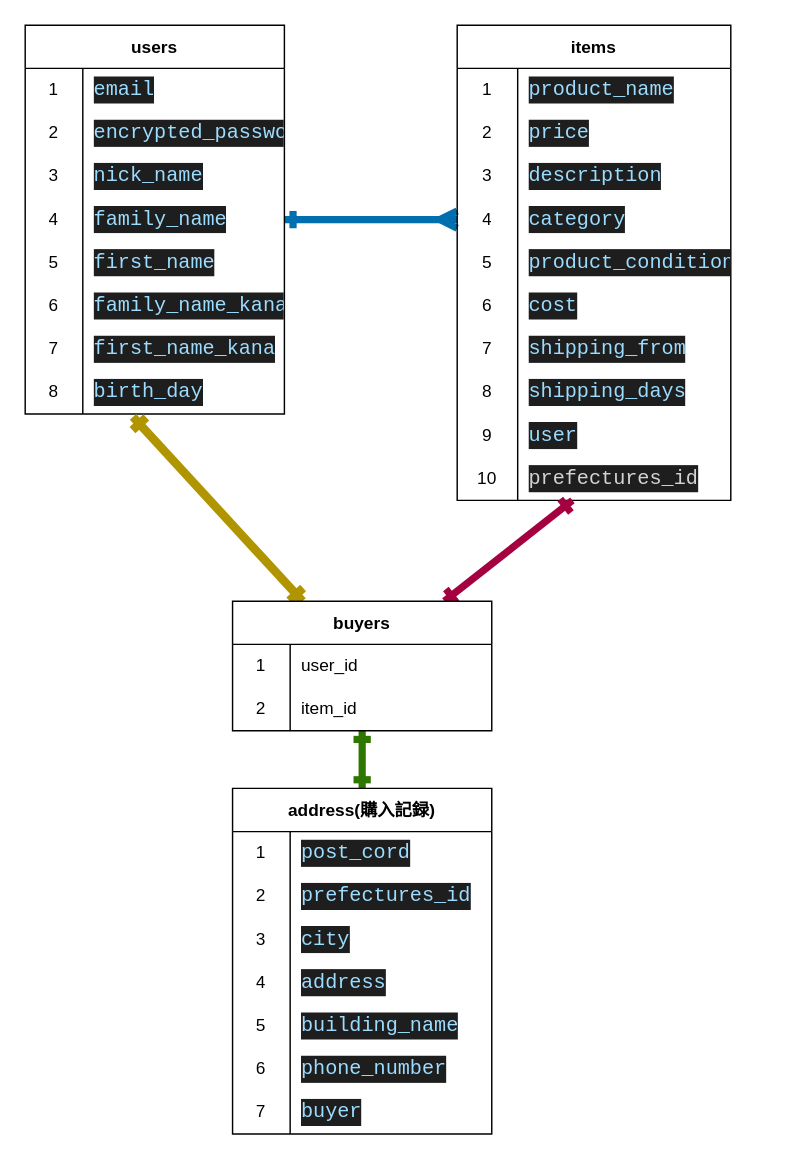
The draw.io diagram frima.dio in k-zyw/furima-39194-a, before the edit. Source tidied: cells renumbered, new cells numbered last; positions are measured from the earlier drawing's top-left corner, leaving out a move shared by most shapes. Both pictures are drawn from the tidied source at 144%, with x=0, y=0 at pixel (24, 24).
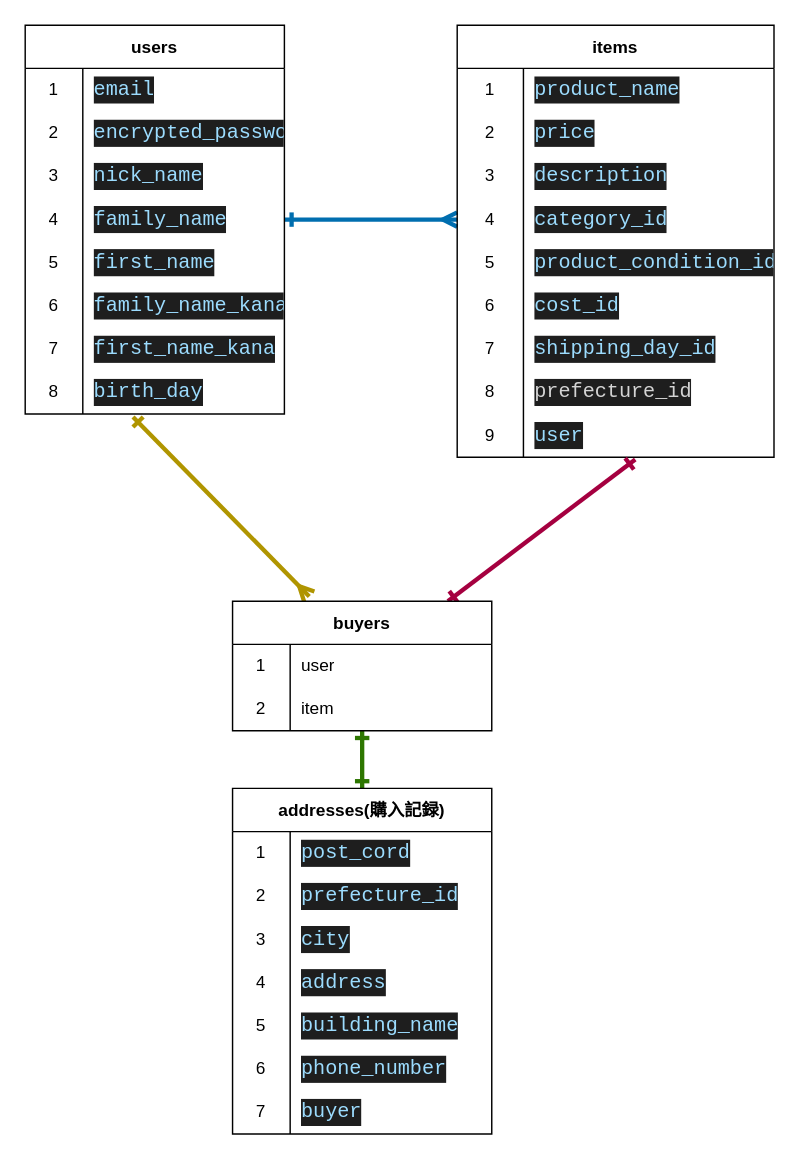
After the change.

The change refers to these unchanged cells:
```xml
<mxCell id="3" value="users" style="shape=table;startSize=30;childLayout=tableLayout;rowLines=0;fontStyle=1;" parent="1" vertex="1">
  <mxGeometry width="180" height="270" as="geometry" />
</mxCell>
<mxCell id="25" style="shape=tableRow;horizontal=0;startSize=0;swimlaneHead=0;swimlaneBody=0;top=0;left=0;bottom=0;right=0;fillColor=none;points=[[0,0.5],[1,0.5]];portConstraint=eastwest;" parent="3" vertex="1">
  <mxGeometry y="240" width="180" height="30" as="geometry" />
</mxCell>
<mxCell id="64" style="shape=tableRow;horizontal=0;startSize=0;swimlaneHead=0;swimlaneBody=0;top=0;left=0;bottom=0;right=0;fillColor=none;" parent="60" vertex="1">
  <mxGeometry y="60" width="180" height="30" as="geometry" />
</mxCell>
<mxCell id="84" value="buyers" style="shape=table;startSize=30;childLayout=tableLayout;rowLines=0;fontStyle=1;" parent="1" vertex="1">
  <mxGeometry x="144" y="400" width="180" height="90" as="geometry" />
</mxCell>
<mxCell id="85" style="shape=tableRow;horizontal=0;startSize=0;swimlaneHead=0;swimlaneBody=0;top=0;left=0;bottom=0;right=0;fillColor=none;" parent="84" vertex="1">
  <mxGeometry y="30" width="180" height="30" as="geometry" />
</mxCell>
<mxCell id="88" style="shape=tableRow;horizontal=0;startSize=0;swimlaneHead=0;swimlaneBody=0;top=0;left=0;bottom=0;right=0;fillColor=none;points=[[0,0.5],[1,0.5]];portConstraint=eastwest;" parent="84" vertex="1">
  <mxGeometry y="60" width="180" height="30" as="geometry" />
</mxCell>
```

Change to the diagram source:
```diff
@@
-    <mxCell id="2" style="edgeStyle=none;html=1;entryX=0;entryY=0.5;entryDx=0;entryDy=0;endArrow=ERmany;endFill=0;startArrow=ERone;startFill=0;fillColor=#1ba1e2;strokeColor=#006EAF;strokeWidth=5;" parent="1" edge="1" source="3" target="38">
+    <mxCell id="2" style="edgeStyle=none;html=1;entryX=0;entryY=0.5;entryDx=0;entryDy=0;endArrow=ERmany;endFill=0;startArrow=ERone;startFill=0;fillColor=#1ba1e2;strokeColor=#006EAF;strokeWidth=3;" parent="1" edge="1" source="3" target="38">
       <mxGeometry relative="1" as="geometry" />
     </mxCell>
@@
     <mxCell id="28" value="items" style="shape=table;startSize=30;childLayout=tableLayout;rowLines=0;fontStyle=1;" parent="1" vertex="1">
-      <mxGeometry x="300" width="190" height="330" as="geometry" />
+      <mxGeometry x="300" width="220" height="300" as="geometry" />
     </mxCell>
     <mxCell id="29" style="shape=tableRow;horizontal=0;startSize=0;swimlaneHead=0;swimlaneBody=0;top=0;left=0;bottom=0;right=0;fillColor=none;" parent="28" vertex="1">
-      <mxGeometry y="30" width="190" height="30" as="geometry" />
+      <mxGeometry y="30" width="220" height="30" as="geometry" />
     </mxCell>
     <mxCell id="30" value="1" style="shape=partialRectangle;html=1;whiteSpace=wrap;fillColor=none;top=0;left=0;bottom=0;right=0;overflow=hidden;" parent="29" vertex="1">
-      <mxGeometry width="42" height="30" as="geometry" />
+      <mxGeometry width="46" height="30" as="geometry" />
     </mxCell>
     <mxCell id="31" value="&lt;div style=&quot;color: rgb(212, 212, 212); background-color: rgb(30, 30, 30); font-family: Consolas, &amp;quot;Courier New&amp;quot;, monospace; font-size: 14px; line-height: 19px;&quot;&gt;&lt;span style=&quot;color: #9cdcfe;&quot;&gt;product_name&lt;/span&gt;&lt;/div&gt;" style="shape=partialRectangle;html=1;whiteSpace=wrap;fillColor=none;top=0;left=0;bottom=0;right=0;align=left;spacingLeft=6;overflow=hidden;" parent="29" vertex="1">
-      <mxGeometry x="42" width="148" height="30" as="geometry" />
+      <mxGeometry x="46" width="174" height="30" as="geometry" />
     </mxCell>
     <mxCell id="32" style="shape=tableRow;horizontal=0;startSize=0;swimlaneHead=0;swimlaneBody=0;top=0;left=0;bottom=0;right=0;fillColor=none;" parent="28" vertex="1">
-      <mxGeometry y="60" width="190" height="30" as="geometry" />
+      <mxGeometry y="60" width="220" height="30" as="geometry" />
     </mxCell>
     <mxCell id="33" value="2" style="shape=partialRectangle;html=1;whiteSpace=wrap;fillColor=none;top=0;left=0;bottom=0;right=0;overflow=hidden;" parent="32" vertex="1">
-      <mxGeometry width="42" height="30" as="geometry" />
+      <mxGeometry width="46" height="30" as="geometry" />
     </mxCell>
     <mxCell id="34" value="&lt;div style=&quot;color: rgb(212, 212, 212); background-color: rgb(30, 30, 30); font-family: Consolas, &amp;quot;Courier New&amp;quot;, monospace; font-size: 14px; line-height: 19px;&quot;&gt;&lt;span style=&quot;color: #9cdcfe;&quot;&gt;price&lt;/span&gt;&lt;/div&gt;" style="shape=partialRectangle;html=1;whiteSpace=wrap;fillColor=none;top=0;left=0;bottom=0;right=0;align=left;spacingLeft=6;overflow=hidden;" parent="32" vertex="1">
-      <mxGeometry x="42" width="148" height="30" as="geometry" />
+      <mxGeometry x="46" width="174" height="30" as="geometry" />
     </mxCell>
     <mxCell id="35" style="shape=tableRow;horizontal=0;startSize=0;swimlaneHead=0;swimlaneBody=0;top=0;left=0;bottom=0;right=0;fillColor=none;" parent="28" vertex="1">
-      <mxGeometry y="90" width="190" height="30" as="geometry" />
+      <mxGeometry y="90" width="220" height="30" as="geometry" />
     </mxCell>
     <mxCell id="36" value="3" style="shape=partialRectangle;html=1;whiteSpace=wrap;fillColor=none;top=0;left=0;bottom=0;right=0;overflow=hidden;" parent="35" vertex="1">
-      <mxGeometry width="42" height="30" as="geometry" />
+      <mxGeometry width="46" height="30" as="geometry" />
     </mxCell>
     <mxCell id="37" value="&lt;div style=&quot;color: rgb(212, 212, 212); background-color: rgb(30, 30, 30); font-family: Consolas, &amp;quot;Courier New&amp;quot;, monospace; font-size: 14px; line-height: 19px;&quot;&gt;&lt;span style=&quot;color: #9cdcfe;&quot;&gt;description&lt;/span&gt;&lt;/div&gt;" style="shape=partialRectangle;html=1;whiteSpace=wrap;fillColor=none;top=0;left=0;bottom=0;right=0;align=left;spacingLeft=6;overflow=hidden;" parent="35" vertex="1">
-      <mxGeometry x="42" width="148" height="30" as="geometry" />
+      <mxGeometry x="46" width="174" height="30" as="geometry" />
     </mxCell>
     <mxCell id="38" style="shape=tableRow;horizontal=0;startSize=0;swimlaneHead=0;swimlaneBody=0;top=0;left=0;bottom=0;right=0;fillColor=none;points=[[0,0.5],[1,0.5]];portConstraint=eastwest;" parent="28" vertex="1">
-      <mxGeometry y="120" width="190" height="30" as="geometry" />
+      <mxGeometry y="120" width="220" height="30" as="geometry" />
     </mxCell>
     <mxCell id="39" value="4" style="shape=partialRectangle;html=1;whiteSpace=wrap;fillColor=none;top=0;left=0;bottom=0;right=0;overflow=hidden;" parent="38" vertex="1">
-      <mxGeometry width="42" height="30" as="geometry" />
+      <mxGeometry width="46" height="30" as="geometry" />
     </mxCell>
-    <mxCell id="40" value="&lt;div style=&quot;color: rgb(212, 212, 212); background-color: rgb(30, 30, 30); font-family: Consolas, &amp;quot;Courier New&amp;quot;, monospace; font-size: 14px; line-height: 19px;&quot;&gt;&lt;span style=&quot;color: #9cdcfe;&quot;&gt;category&lt;/span&gt;&lt;/div&gt;" style="shape=partialRectangle;html=1;whiteSpace=wrap;fillColor=none;top=0;left=0;bottom=0;right=0;align=left;spacingLeft=6;overflow=hidden;" parent="38" vertex="1">
-      <mxGeometry x="42" width="148" height="30" as="geometry" />
+    <mxCell id="40" value="&lt;div style=&quot;color: rgb(212, 212, 212); background-color: rgb(30, 30, 30); font-family: Consolas, &amp;quot;Courier New&amp;quot;, monospace; font-size: 14px; line-height: 19px;&quot;&gt;&lt;span style=&quot;color: #9cdcfe;&quot;&gt;category_id&lt;/span&gt;&lt;/div&gt;" style="shape=partialRectangle;html=1;whiteSpace=wrap;fillColor=none;top=0;left=0;bottom=0;right=0;align=left;spacingLeft=6;overflow=hidden;" parent="38" vertex="1">
+      <mxGeometry x="46" width="174" height="30" as="geometry" />
     </mxCell>
     <mxCell id="41" style="shape=tableRow;horizontal=0;startSize=0;swimlaneHead=0;swimlaneBody=0;top=0;left=0;bottom=0;right=0;fillColor=none;" parent="28" vertex="1">
-      <mxGeometry y="150" width="190" height="30" as="geometry" />
+      <mxGeometry y="150" width="220" height="30" as="geometry" />
     </mxCell>
     <mxCell id="42" value="5" style="shape=partialRectangle;html=1;whiteSpace=wrap;fillColor=none;top=0;left=0;bottom=0;right=0;overflow=hidden;" parent="41" vertex="1">
-      <mxGeometry width="42" height="30" as="geometry" />
+      <mxGeometry width="46" height="30" as="geometry" />
     </mxCell>
-    <mxCell id="43" value="&lt;div style=&quot;color: rgb(212, 212, 212); background-color: rgb(30, 30, 30); font-family: Consolas, &amp;quot;Courier New&amp;quot;, monospace; font-size: 14px; line-height: 19px;&quot;&gt;&lt;span style=&quot;color: #9cdcfe;&quot;&gt;product_condition&lt;/span&gt;&lt;/div&gt;" style="shape=partialRectangle;html=1;whiteSpace=wrap;fillColor=none;top=0;left=0;bottom=0;right=0;align=left;spacingLeft=6;overflow=hidden;" parent="41" vertex="1">
-      <mxGeometry x="42" width="148" height="30" as="geometry" />
+    <mxCell id="43" value="&lt;div style=&quot;color: rgb(212, 212, 212); background-color: rgb(30, 30, 30); font-family: Consolas, &amp;quot;Courier New&amp;quot;, monospace; font-size: 14px; line-height: 19px;&quot;&gt;&lt;span style=&quot;color: #9cdcfe;&quot;&gt;product_condition_id&lt;/span&gt;&lt;/div&gt;" style="shape=partialRectangle;html=1;whiteSpace=wrap;fillColor=none;top=0;left=0;bottom=0;right=0;align=left;spacingLeft=6;overflow=hidden;" parent="41" vertex="1">
+      <mxGeometry x="46" width="174" height="30" as="geometry" />
     </mxCell>
     <mxCell id="44" style="shape=tableRow;horizontal=0;startSize=0;swimlaneHead=0;swimlaneBody=0;top=0;left=0;bottom=0;right=0;fillColor=none;" parent="28" vertex="1">
-      <mxGeometry y="180" width="190" height="30" as="geometry" />
+      <mxGeometry y="180" width="220" height="30" as="geometry" />
     </mxCell>
     <mxCell id="45" value="6" style="shape=partialRectangle;html=1;whiteSpace=wrap;fillColor=none;top=0;left=0;bottom=0;right=0;overflow=hidden;" parent="44" vertex="1">
-      <mxGeometry width="42" height="30" as="geometry" />
+      <mxGeometry width="46" height="30" as="geometry" />
     </mxCell>
-    <mxCell id="46" value="&lt;div style=&quot;color: rgb(212, 212, 212); background-color: rgb(30, 30, 30); font-family: Consolas, &amp;quot;Courier New&amp;quot;, monospace; font-size: 14px; line-height: 19px;&quot;&gt;&lt;span style=&quot;color: #9cdcfe;&quot;&gt;cost&lt;/span&gt;&lt;/div&gt;" style="shape=partialRectangle;html=1;whiteSpace=wrap;fillColor=none;top=0;left=0;bottom=0;right=0;align=left;spacingLeft=6;overflow=hidden;" parent="44" vertex="1">
-      <mxGeometry x="42" width="148" height="30" as="geometry" />
+    <mxCell id="46" value="&lt;div style=&quot;color: rgb(212, 212, 212); background-color: rgb(30, 30, 30); font-family: Consolas, &amp;quot;Courier New&amp;quot;, monospace; font-size: 14px; line-height: 19px;&quot;&gt;&lt;span style=&quot;color: #9cdcfe;&quot;&gt;cost_id&lt;/span&gt;&lt;/div&gt;" style="shape=partialRectangle;html=1;whiteSpace=wrap;fillColor=none;top=0;left=0;bottom=0;right=0;align=left;spacingLeft=6;overflow=hidden;" parent="44" vertex="1">
+      <mxGeometry x="46" width="174" height="30" as="geometry" />
     </mxCell>
-    <mxCell id="47" style="shape=tableRow;horizontal=0;startSize=0;swimlaneHead=0;swimlaneBody=0;top=0;left=0;bottom=0;right=0;fillColor=none;" parent="28" vertex="1">
-      <mxGeometry y="210" width="190" height="30" as="geometry" />
-    </mxCell>
-    <mxCell id="48" value="7" style="shape=partialRectangle;html=1;whiteSpace=wrap;fillColor=none;top=0;left=0;bottom=0;right=0;overflow=hidden;" parent="47" vertex="1">
-      <mxGeometry width="42" height="30" as="geometry" />
-    </mxCell>
-    <mxCell id="49" value="&lt;div style=&quot;color: rgb(212, 212, 212); background-color: rgb(30, 30, 30); font-family: Consolas, &amp;quot;Courier New&amp;quot;, monospace; font-size: 14px; line-height: 19px;&quot;&gt;&lt;span style=&quot;color: #9cdcfe;&quot;&gt;shipping_from&lt;/span&gt;&lt;/div&gt;" style="shape=partialRectangle;html=1;whiteSpace=wrap;fillColor=none;top=0;left=0;bottom=0;right=0;align=left;spacingLeft=6;overflow=hidden;" parent="47" vertex="1">
-      <mxGeometry x="42" width="148" height="30" as="geometry" />
-    </mxCell>
     <mxCell id="50" style="shape=tableRow;horizontal=0;startSize=0;swimlaneHead=0;swimlaneBody=0;top=0;left=0;bottom=0;right=0;fillColor=none;" parent="28" vertex="1">
-      <mxGeometry y="240" width="190" height="30" as="geometry" />
+      <mxGeometry y="210" width="220" height="30" as="geometry" />
     </mxCell>
-    <mxCell id="51" value="8" style="shape=partialRectangle;html=1;whiteSpace=wrap;fillColor=none;top=0;left=0;bottom=0;right=0;overflow=hidden;" parent="50" vertex="1">
-      <mxGeometry width="42" height="30" as="geometry" />
+    <mxCell id="51" value="7" style="shape=partialRectangle;html=1;whiteSpace=wrap;fillColor=none;top=0;left=0;bottom=0;right=0;overflow=hidden;" parent="50" vertex="1">
+      <mxGeometry width="46" height="30" as="geometry" />
     </mxCell>
-    <mxCell id="52" value="&lt;div style=&quot;color: rgb(212, 212, 212); background-color: rgb(30, 30, 30); font-family: Consolas, &amp;quot;Courier New&amp;quot;, monospace; font-size: 14px; line-height: 19px;&quot;&gt;&lt;span style=&quot;color: #9cdcfe;&quot;&gt;shipping_days&lt;/span&gt;&lt;/div&gt;" style="shape=partialRectangle;html=1;whiteSpace=wrap;fillColor=none;top=0;left=0;bottom=0;right=0;align=left;spacingLeft=6;overflow=hidden;" parent="50" vertex="1">
-      <mxGeometry x="42" width="148" height="30" as="geometry" />
+    <mxCell id="52" value="&lt;div style=&quot;color: rgb(212, 212, 212); background-color: rgb(30, 30, 30); font-family: Consolas, &amp;quot;Courier New&amp;quot;, monospace; font-size: 14px; line-height: 19px;&quot;&gt;&lt;span style=&quot;color: #9cdcfe;&quot;&gt;shipping_day_id&lt;/span&gt;&lt;/div&gt;" style="shape=partialRectangle;html=1;whiteSpace=wrap;fillColor=none;top=0;left=0;bottom=0;right=0;align=left;spacingLeft=6;overflow=hidden;" parent="50" vertex="1">
+      <mxGeometry x="46" width="174" height="30" as="geometry" />
     </mxCell>
     <mxCell id="53" style="shape=tableRow;horizontal=0;startSize=0;swimlaneHead=0;swimlaneBody=0;top=0;left=0;bottom=0;right=0;fillColor=none;" parent="28" vertex="1">
-      <mxGeometry y="270" width="190" height="30" as="geometry" />
+      <mxGeometry y="240" width="220" height="30" as="geometry" />
     </mxCell>
-    <mxCell id="54" value="9" style="shape=partialRectangle;html=1;whiteSpace=wrap;fillColor=none;top=0;left=0;bottom=0;right=0;overflow=hidden;" parent="53" vertex="1">
-      <mxGeometry width="42" height="30" as="geometry" />
+    <mxCell id="54" value="8" style="shape=partialRectangle;html=1;whiteSpace=wrap;fillColor=none;top=0;left=0;bottom=0;right=0;overflow=hidden;" parent="53" vertex="1">
+      <mxGeometry width="46" height="30" as="geometry" />
     </mxCell>
-    <mxCell id="55" value="&lt;div style=&quot;color: rgb(212, 212, 212); background-color: rgb(30, 30, 30); font-family: Consolas, &amp;quot;Courier New&amp;quot;, monospace; font-size: 14px; line-height: 19px;&quot;&gt;&lt;span style=&quot;color: #9cdcfe;&quot;&gt;user&lt;/span&gt;&lt;/div&gt;" style="shape=partialRectangle;html=1;whiteSpace=wrap;fillColor=none;top=0;left=0;bottom=0;right=0;align=left;spacingLeft=6;overflow=hidden;" parent="53" vertex="1">
-      <mxGeometry x="42" width="148" height="30" as="geometry" />
+    <mxCell id="55" value="&lt;div style=&quot;color: rgb(212, 212, 212); background-color: rgb(30, 30, 30); font-family: Consolas, &amp;quot;Courier New&amp;quot;, monospace; font-size: 14px; line-height: 19px;&quot;&gt;&lt;div style=&quot;line-height: 19px;&quot;&gt;prefecture_id&lt;/div&gt;&lt;/div&gt;" style="shape=partialRectangle;html=1;whiteSpace=wrap;fillColor=none;top=0;left=0;bottom=0;right=0;align=left;spacingLeft=6;overflow=hidden;" parent="53" vertex="1">
+      <mxGeometry x="46" width="174" height="30" as="geometry" />
     </mxCell>
-    <mxCell id="56" style="shape=tableRow;horizontal=0;startSize=0;swimlaneHead=0;swimlaneBody=0;top=0;left=0;bottom=0;right=0;fillColor=none;" parent="28" vertex="1">
-      <mxGeometry y="300" width="190" height="30" as="geometry" />
-    </mxCell>
-    <mxCell id="57" value="10" style="shape=partialRectangle;html=1;whiteSpace=wrap;fillColor=none;top=0;left=0;bottom=0;right=0;overflow=hidden;" parent="56" vertex="1">
-      <mxGeometry width="42" height="30" as="geometry" />
-    </mxCell>
-    <mxCell id="58" value="&lt;div style=&quot;color: rgb(212, 212, 212); background-color: rgb(30, 30, 30); font-family: Consolas, &amp;quot;Courier New&amp;quot;, monospace; font-size: 14px; line-height: 19px;&quot;&gt;&lt;div style=&quot;line-height: 19px;&quot;&gt;prefectures_id&lt;/div&gt;&lt;/div&gt;" style="shape=partialRectangle;html=1;whiteSpace=wrap;fillColor=none;top=0;left=0;bottom=0;right=0;align=left;spacingLeft=6;overflow=hidden;" parent="56" vertex="1">
-      <mxGeometry x="42" width="148" height="30" as="geometry" />
-    </mxCell>
+    <mxCell id="91" style="shape=tableRow;horizontal=0;startSize=0;swimlaneHead=0;swimlaneBody=0;top=0;left=0;bottom=0;right=0;fillColor=none;points=[[0,0.5],[1,0.5]];portConstraint=eastwest;" parent="28" vertex="1">
+      <mxGeometry y="270" width="220" height="30" as="geometry" />
+    </mxCell>
+    <mxCell id="92" value="9" style="shape=partialRectangle;html=1;whiteSpace=wrap;fillColor=none;top=0;left=0;bottom=0;right=0;overflow=hidden;" parent="91" vertex="1">
+      <mxGeometry width="46" height="30" as="geometry" />
+    </mxCell>
+    <mxCell id="93" value="&lt;div style=&quot;color: rgb(212, 212, 212); background-color: rgb(30, 30, 30); font-family: Consolas, &amp;quot;Courier New&amp;quot;, monospace; font-size: 14px; line-height: 19px;&quot;&gt;&lt;span style=&quot;color: #9cdcfe;&quot;&gt;user&lt;/span&gt;&lt;/div&gt;" style="shape=partialRectangle;html=1;whiteSpace=wrap;fillColor=none;top=0;left=0;bottom=0;right=0;align=left;spacingLeft=6;overflow=hidden;" parent="91" vertex="1">
+      <mxGeometry x="46" width="174" height="30" as="geometry" />
+    </mxCell>
-    <mxCell id="59" style="edgeStyle=none;html=1;startArrow=ERone;startFill=0;endArrow=ERone;endFill=0;fillColor=#60a917;strokeColor=#2D7600;strokeWidth=5;" parent="1" edge="1" source="60" target="88">
+    <mxCell id="59" style="edgeStyle=none;html=1;startArrow=ERone;startFill=0;endArrow=ERone;endFill=0;fillColor=#60a917;strokeColor=#2D7600;strokeWidth=3;" parent="1" edge="1" source="60" target="88">
       <mxGeometry relative="1" as="geometry" />
     </mxCell>
-    <mxCell id="60" value="address(購入記録)" style="shape=table;startSize=30;childLayout=tableLayout;rowLines=0;fontStyle=1;" parent="1" vertex="1">
+    <mxCell id="60" value="addresses(購入記録)" style="shape=table;startSize=30;childLayout=tableLayout;rowLines=0;fontStyle=1;" parent="1" vertex="1">
       <mxGeometry x="144" y="530" width="180" height="240" as="geometry" />
     </mxCell>
@@
-    <mxCell id="66" value="&lt;div style=&quot;color: rgb(212, 212, 212); background-color: rgb(30, 30, 30); font-family: Consolas, &amp;quot;Courier New&amp;quot;, monospace; font-size: 14px; line-height: 19px;&quot;&gt;&lt;span style=&quot;color: #9cdcfe;&quot;&gt;prefectures_id&lt;/span&gt;&lt;/div&gt;" style="shape=partialRectangle;html=1;whiteSpace=wrap;fillColor=none;top=0;left=0;bottom=0;right=0;align=left;spacingLeft=6;overflow=hidden;" parent="64" vertex="1">
+    <mxCell id="66" value="&lt;div style=&quot;color: rgb(212, 212, 212); background-color: rgb(30, 30, 30); font-family: Consolas, &amp;quot;Courier New&amp;quot;, monospace; font-size: 14px; line-height: 19px;&quot;&gt;&lt;span style=&quot;color: #9cdcfe;&quot;&gt;prefecture_id&lt;/span&gt;&lt;/div&gt;" style="shape=partialRectangle;html=1;whiteSpace=wrap;fillColor=none;top=0;left=0;bottom=0;right=0;align=left;spacingLeft=6;overflow=hidden;" parent="64" vertex="1">
       <mxGeometry x="40" width="140" height="30" as="geometry" />
     </mxCell>
@@
-    <mxCell id="82" style="edgeStyle=none;html=1;startArrow=ERone;startFill=0;endArrow=ERone;endFill=0;fillColor=#d80073;strokeColor=#A50040;strokeWidth=5;" parent="1" edge="1" source="84">
-      <mxGeometry relative="1" as="geometry">
-        <mxPoint x="380" y="330" as="targetPoint" />
-      </mxGeometry>
+    <mxCell id="82" style="edgeStyle=none;html=1;startArrow=ERone;startFill=0;endArrow=ERone;endFill=0;fillColor=#d80073;strokeColor=#A50040;strokeWidth=3;entryX=0.562;entryY=1.053;entryDx=0;entryDy=0;entryPerimeter=0;" parent="1" edge="1" source="84" target="91">
+      <mxGeometry relative="1" as="geometry" />
     </mxCell>
-    <mxCell id="83" style="edgeStyle=none;html=1;entryX=0.416;entryY=1.067;entryDx=0;entryDy=0;entryPerimeter=0;startArrow=ERone;startFill=0;endArrow=ERone;endFill=0;fillColor=#e3c800;strokeColor=#B09500;strokeWidth=6;" parent="1" edge="1" source="84" target="25">
+    <mxCell id="83" style="edgeStyle=none;html=1;entryX=0.416;entryY=1.067;entryDx=0;entryDy=0;entryPerimeter=0;startArrow=ERmany;startFill=0;endArrow=ERone;endFill=0;fillColor=#e3c800;strokeColor=#B09500;strokeWidth=3;exitX=0.296;exitY=-0.036;exitDx=0;exitDy=0;exitPerimeter=0;" parent="1" edge="1" source="84" target="25">
       <mxGeometry relative="1" as="geometry" />
     </mxCell>
@@
-    <mxCell id="87" value="user_id" style="shape=partialRectangle;html=1;whiteSpace=wrap;fillColor=none;top=0;left=0;bottom=0;right=0;align=left;spacingLeft=6;overflow=hidden;" parent="85" vertex="1">
+    <mxCell id="87" value="user" style="shape=partialRectangle;html=1;whiteSpace=wrap;fillColor=none;top=0;left=0;bottom=0;right=0;align=left;spacingLeft=6;overflow=hidden;" parent="85" vertex="1">
       <mxGeometry x="40" width="140" height="30" as="geometry" />
     </mxCell>
@@
-    <mxCell id="90" value="item_id" style="shape=partialRectangle;html=1;whiteSpace=wrap;fillColor=none;top=0;left=0;bottom=0;right=0;align=left;spacingLeft=6;overflow=hidden;" parent="88" vertex="1">
+    <mxCell id="90" value="item" style="shape=partialRectangle;html=1;whiteSpace=wrap;fillColor=none;top=0;left=0;bottom=0;right=0;align=left;spacingLeft=6;overflow=hidden;" parent="88" vertex="1">
       <mxGeometry x="40" width="140" height="30" as="geometry" />
     </mxCell>
```
